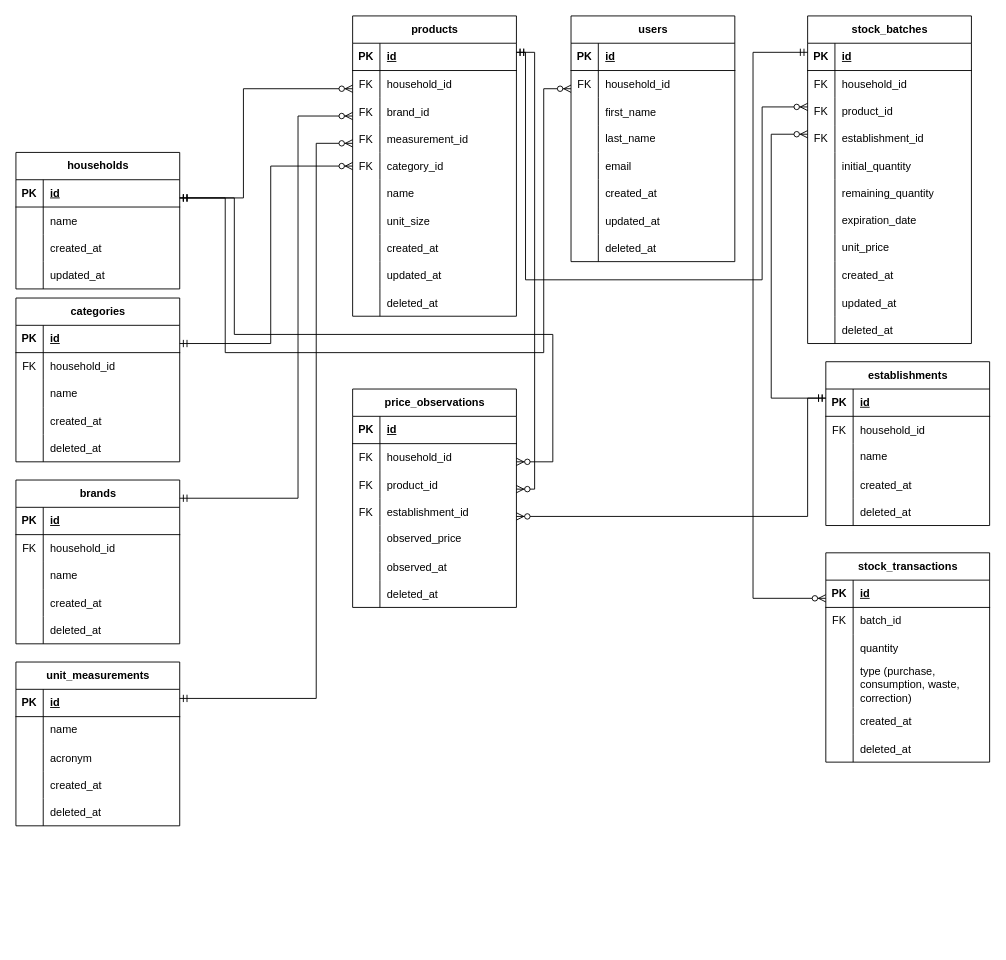
Earlier version of the draw.io diagram digital-pantry.drawio (dev-joaovitor/despensa-digital). Source tidied: cells renumbered, new cells numbered last; positions are measured from the earlier drawing's top-left corner, leaving out a move shared by most shapes. Both pictures are drawn from the tidied source at 91%, with x=0, y=0 at pixel (15, 15).
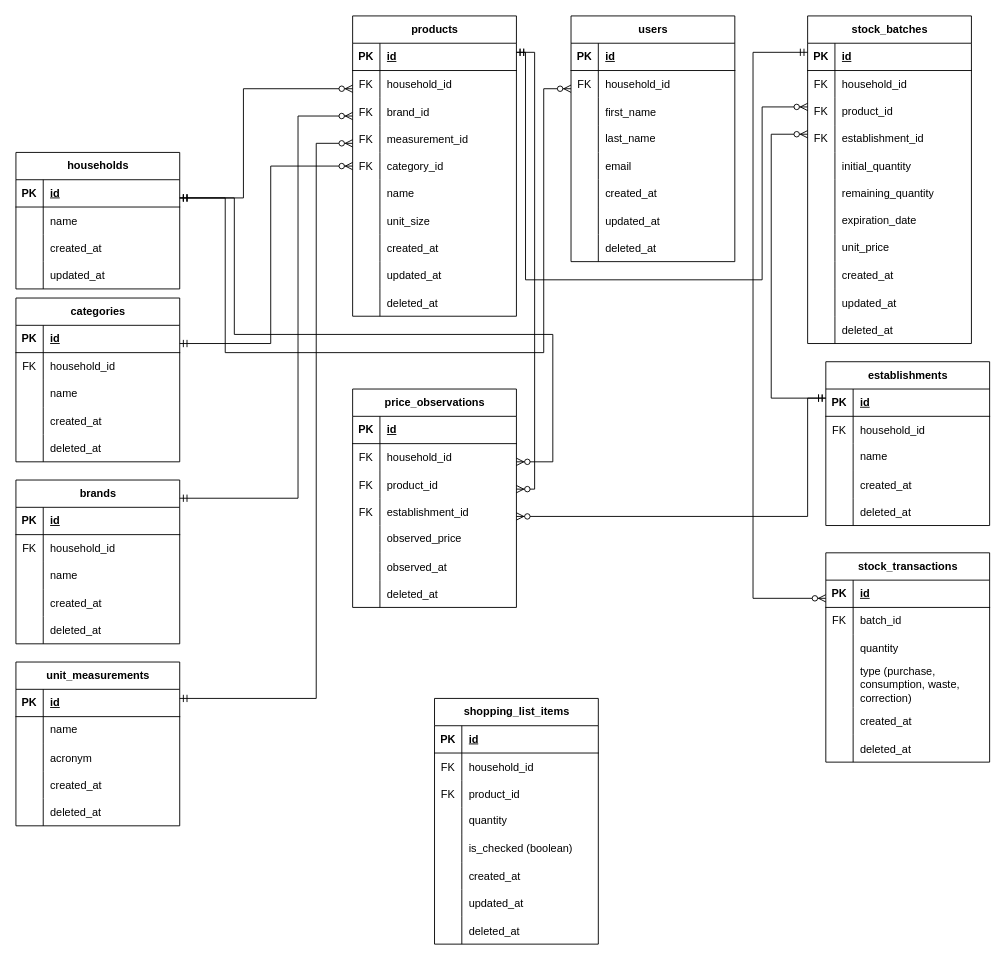
The same page after the edit.

Commit message:
docs(draw.io): add `shopping_list_items`

Change to the diagram source:
```diff
@@
+    <mxCell id="221" value="shopping_list_items" style="shape=table;startSize=30;childLayout=tableLayout;rowLines=0;fontStyle=1;align=center;html=1;" parent="1" vertex="1">
+      <mxGeometry x="460" y="750" width="180" height="270" as="geometry" />
+    </mxCell>
+    <mxCell id="222" style="shape=tableRow;horizontal=0;startSize=0;swimlaneHead=0;swimlaneBody=0;fillColor=none;top=0;left=0;right=0;bottom=1;" parent="221" vertex="1">
+      <mxGeometry y="30" width="180" height="30" as="geometry" />
+    </mxCell>
+    <mxCell id="223" value="PK" style="shape=partialRectangle;fillColor=none;top=0;left=0;bottom=0;right=0;fontStyle=1;overflow=hidden;whiteSpace=wrap;html=1;" parent="222" vertex="1">
+      <mxGeometry width="30" height="30" as="geometry" />
+    </mxCell>
+    <mxCell id="224" value="id" style="shape=partialRectangle;fillColor=none;top=0;left=0;bottom=0;right=0;align=left;spacingLeft=6;fontStyle=5;overflow=hidden;whiteSpace=wrap;html=1;" parent="222" vertex="1">
+      <mxGeometry x="30" width="150" height="30" as="geometry" />
+    </mxCell>
+    <mxCell id="225" style="shape=tableRow;horizontal=0;startSize=0;swimlaneHead=0;swimlaneBody=0;fillColor=none;top=0;left=0;right=0;bottom=0;" parent="221" vertex="1">
+      <mxGeometry y="60" width="180" height="30" as="geometry" />
+    </mxCell>
+    <mxCell id="226" value="FK" style="shape=partialRectangle;fillColor=none;top=0;left=0;bottom=0;right=0;overflow=hidden;" parent="225" vertex="1">
+      <mxGeometry width="30" height="30" as="geometry" />
+    </mxCell>
+    <mxCell id="227" value="household_id" style="shape=partialRectangle;fillColor=none;top=0;left=0;bottom=0;right=0;align=left;spacingLeft=6;overflow=hidden;" parent="225" vertex="1">
+      <mxGeometry x="30" width="150" height="30" as="geometry" />
+    </mxCell>
+    <mxCell id="228" style="shape=tableRow;horizontal=0;startSize=0;swimlaneHead=0;swimlaneBody=0;fillColor=none;top=0;left=0;right=0;bottom=0;" parent="221" vertex="1">
+      <mxGeometry y="90" width="180" height="30" as="geometry" />
+    </mxCell>
+    <mxCell id="229" value="FK" style="shape=partialRectangle;fillColor=none;top=0;left=0;bottom=0;right=0;overflow=hidden;" parent="228" vertex="1">
+      <mxGeometry width="30" height="30" as="geometry" />
+    </mxCell>
+    <mxCell id="230" value="product_id" style="shape=partialRectangle;fillColor=none;top=0;left=0;bottom=0;right=0;align=left;spacingLeft=6;overflow=hidden;" parent="228" vertex="1">
+      <mxGeometry x="30" width="150" height="30" as="geometry" />
+    </mxCell>
+    <mxCell id="231" style="shape=tableRow;horizontal=0;startSize=0;swimlaneHead=0;swimlaneBody=0;fillColor=none;top=0;left=0;right=0;bottom=0;" parent="221" vertex="1">
+      <mxGeometry y="120" width="180" height="30" as="geometry" />
+    </mxCell>
+    <mxCell id="232" style="shape=partialRectangle;fillColor=none;top=0;left=0;bottom=0;right=0;overflow=hidden;whiteSpace=wrap;html=1;" parent="231" vertex="1">
+      <mxGeometry width="30" height="30" as="geometry" />
+    </mxCell>
+    <mxCell id="233" value="quantity" style="shape=partialRectangle;fillColor=none;top=0;left=0;bottom=0;right=0;align=left;spacingLeft=6;overflow=hidden;whiteSpace=wrap;html=1;" parent="231" vertex="1">
+      <mxGeometry x="30" width="150" height="30" as="geometry" />
+    </mxCell>
+    <mxCell id="234" style="shape=tableRow;horizontal=0;startSize=0;swimlaneHead=0;swimlaneBody=0;fillColor=none;top=0;left=0;right=0;bottom=0;" parent="221" vertex="1">
+      <mxGeometry y="150" width="180" height="30" as="geometry" />
+    </mxCell>
+    <mxCell id="235" style="shape=partialRectangle;fillColor=none;top=0;left=0;bottom=0;right=0;overflow=hidden;whiteSpace=wrap;html=1;" parent="234" vertex="1">
+      <mxGeometry width="30" height="30" as="geometry" />
+    </mxCell>
+    <mxCell id="236" value="is_checked&lt;span style=&quot;background-color: transparent; color: light-dark(rgb(0, 0, 0), rgb(255, 255, 255));&quot;&gt;&amp;nbsp;(boolean)&lt;/span&gt;" style="shape=partialRectangle;fillColor=none;top=0;left=0;bottom=0;right=0;align=left;spacingLeft=6;overflow=hidden;whiteSpace=wrap;html=1;" parent="234" vertex="1">
+      <mxGeometry x="30" width="150" height="30" as="geometry" />
+    </mxCell>
+    <mxCell id="237" style="shape=tableRow;horizontal=0;startSize=0;swimlaneHead=0;swimlaneBody=0;fillColor=none;top=0;left=0;right=0;bottom=0;" parent="221" vertex="1">
+      <mxGeometry y="180" width="180" height="30" as="geometry" />
+    </mxCell>
+    <mxCell id="238" style="shape=partialRectangle;fillColor=none;top=0;left=0;bottom=0;right=0;overflow=hidden;" parent="237" vertex="1">
+      <mxGeometry width="30" height="30" as="geometry" />
+    </mxCell>
+    <mxCell id="239" value="created_at" style="shape=partialRectangle;fillColor=none;top=0;left=0;bottom=0;right=0;align=left;spacingLeft=6;overflow=hidden;" parent="237" vertex="1">
+      <mxGeometry x="30" width="150" height="30" as="geometry" />
+    </mxCell>
+    <mxCell id="240" style="shape=tableRow;horizontal=0;startSize=0;swimlaneHead=0;swimlaneBody=0;fillColor=none;top=0;left=0;right=0;bottom=0;" parent="221" vertex="1">
+      <mxGeometry y="210" width="180" height="30" as="geometry" />
+    </mxCell>
+    <mxCell id="241" style="shape=partialRectangle;fillColor=none;top=0;left=0;bottom=0;right=0;overflow=hidden;" parent="240" vertex="1">
+      <mxGeometry width="30" height="30" as="geometry" />
+    </mxCell>
+    <mxCell id="242" value="updated_at" style="shape=partialRectangle;fillColor=none;top=0;left=0;bottom=0;right=0;align=left;spacingLeft=6;overflow=hidden;" parent="240" vertex="1">
+      <mxGeometry x="30" width="150" height="30" as="geometry" />
+    </mxCell>
+    <mxCell id="243" style="shape=tableRow;horizontal=0;startSize=0;swimlaneHead=0;swimlaneBody=0;fillColor=none;top=0;left=0;right=0;bottom=0;" parent="221" vertex="1">
+      <mxGeometry y="240" width="180" height="30" as="geometry" />
+    </mxCell>
+    <mxCell id="244" style="shape=partialRectangle;fillColor=none;top=0;left=0;bottom=0;right=0;overflow=hidden;" parent="243" vertex="1">
+      <mxGeometry width="30" height="30" as="geometry" />
+    </mxCell>
+    <mxCell id="245" value="deleted_at" style="shape=partialRectangle;fillColor=none;top=0;left=0;bottom=0;right=0;align=left;spacingLeft=6;overflow=hidden;" parent="243" vertex="1">
+      <mxGeometry x="30" width="150" height="30" as="geometry" />
+    </mxCell>
```
